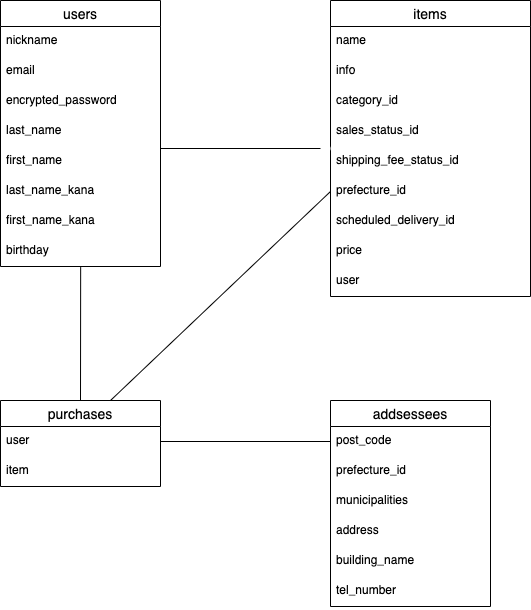
This is er.png from noharahitomi/furima-33813, a draw.io export, as it was before one commit. Source tidied: cells renumbered, new cells last; positions are measured from the earlier drawing's top-left corner, leaving out a move shared by most shapes.
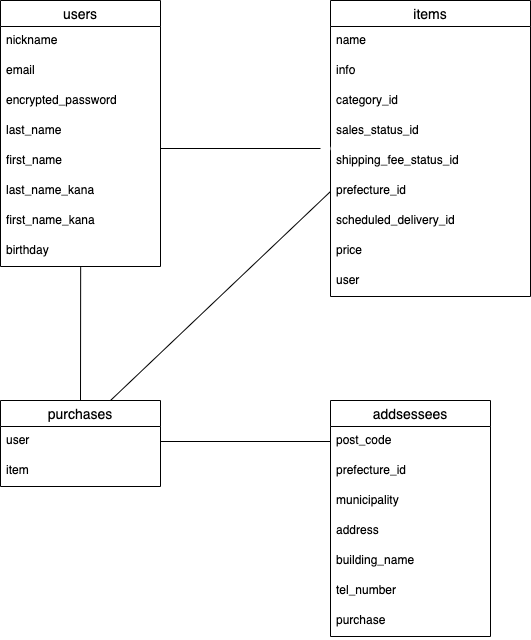
Later version of the same file.

What changed in the source:
```diff
@@ -69,7 +69,7 @@
       <mxGeometry y="56" width="160" height="30" as="geometry" />
     </mxCell>
     <mxCell id="24" value="addsessees" style="swimlane;fontStyle=0;horizontal=1;startSize=26;align=center;fontSize=14;" parent="1" vertex="1">
-      <mxGeometry x="330" y="400" width="160" height="206" as="geometry" />
+      <mxGeometry x="330" y="400" width="160" height="236" as="geometry" />
     </mxCell>
     <mxCell id="25" value="post_code" style="text;strokeColor=none;fillColor=none;spacingLeft=4;spacingRight=4;overflow=hidden;fontSize=12;" parent="24" vertex="1">
       <mxGeometry y="26" width="160" height="30" as="geometry" />
@@ -77,7 +77,7 @@
     <mxCell id="26" value="prefecture_id" style="text;strokeColor=none;fillColor=none;spacingLeft=4;spacingRight=4;overflow=hidden;fontSize=12;" parent="24" vertex="1">
       <mxGeometry y="56" width="160" height="30" as="geometry" />
     </mxCell>
-    <mxCell id="27" value="municipalities" style="text;strokeColor=none;fillColor=none;spacingLeft=4;spacingRight=4;overflow=hidden;fontSize=12;" parent="24" vertex="1">
+    <mxCell id="27" value="municipality" style="text;strokeColor=none;fillColor=none;spacingLeft=4;spacingRight=4;overflow=hidden;fontSize=12;" parent="24" vertex="1">
       <mxGeometry y="86" width="160" height="30" as="geometry" />
     </mxCell>
     <mxCell id="28" value="address " style="text;strokeColor=none;fillColor=none;spacingLeft=4;spacingRight=4;overflow=hidden;fontSize=12;" parent="24" vertex="1">
@@ -86,8 +86,11 @@
     <mxCell id="29" value="building_name" style="text;strokeColor=none;fillColor=none;spacingLeft=4;spacingRight=4;overflow=hidden;fontSize=12;" parent="24" vertex="1">
       <mxGeometry y="146" width="160" height="30" as="geometry" />
     </mxCell>
+    <mxCell id="37" value="tel_number" style="text;strokeColor=none;fillColor=none;spacingLeft=4;spacingRight=4;overflow=hidden;fontSize=12;" parent="24" vertex="1">
+      <mxGeometry y="176" width="160" height="30" as="geometry" />
+    </mxCell>
-    <mxCell id="30" value="tel_number" style="text;strokeColor=none;fillColor=none;spacingLeft=4;spacingRight=4;overflow=hidden;fontSize=12;" parent="24" vertex="1">
-      <mxGeometry y="176" width="160" height="30" as="geometry" />
+    <mxCell id="30" value="purchase" style="text;strokeColor=none;fillColor=none;spacingLeft=4;spacingRight=4;overflow=hidden;fontSize=12;" parent="24" vertex="1">
+      <mxGeometry y="206" width="160" height="30" as="geometry" />
     </mxCell>
     <mxCell id="31" style="line;strokeWidth=1;labelPosition=right;align=left;verticalAlign=middle;spacingTop=0;spacingLeft=6;whiteSpace=wrap;" parent="1" vertex="1">
       <mxGeometry x="160" y="143" width="170" height="10" as="geometry" />
```
